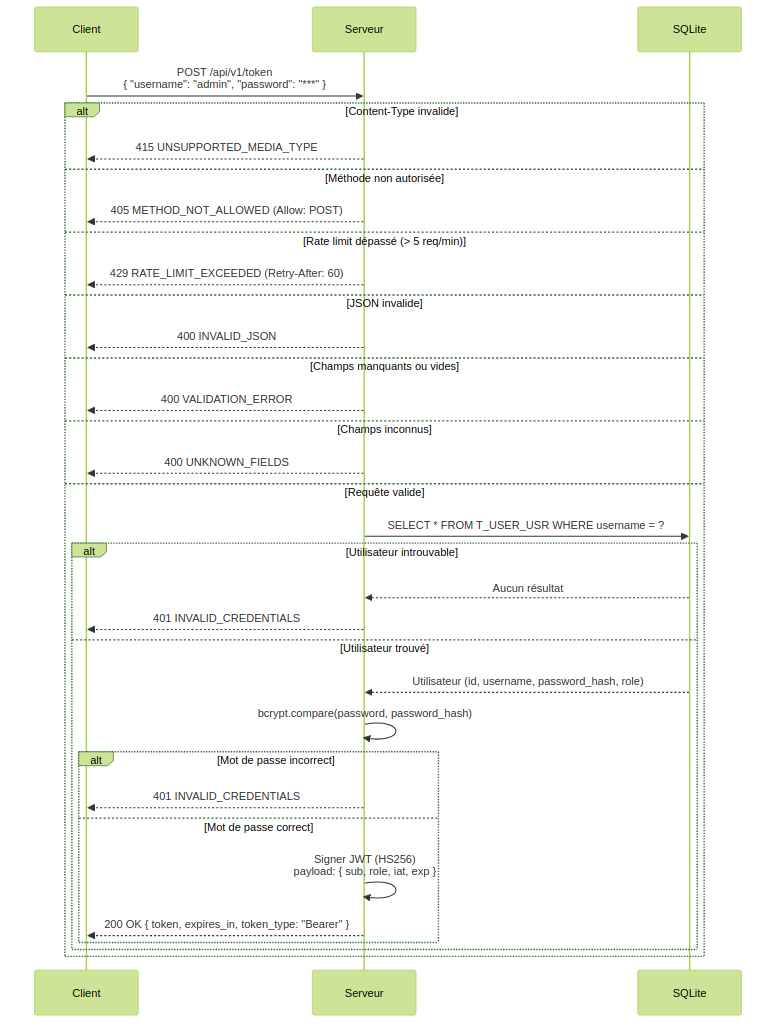
The Mermaid diagram docs/specs/diagrams/US-003-authentication-token-sequence.png in ODehel/quiz-live-server, before a commit. Its source is kept beside it as docs/specs/diagrams/US-003-authentication-token-sequence.mmd. Its diagram source:
```mermaid
%%{init: {"theme": "forest"}}%%
sequenceDiagram
    participant C as Client
    participant S as Serveur
    participant DB as SQLite

    C->>S: POST /api/v1/token<br/>{ "username": "admin", "password": "***" }

    alt Content-Type invalide
        S-->>C: 415 FST_ERR_CTP_INVALID_MEDIA_TYPE
    else Méthode non autorisée
        S-->>C: 405 METHOD_NOT_ALLOWED (Allow: POST)
    else Rate limit dépassé (> 5 req/min)
        S-->>C: 429 RATE_LIMIT_EXCEEDED (Retry-After: 60)
    else JSON invalide
        S-->>C: 400 INVALID_JSON
    else Champs manquants ou vides
        S-->>C: 400 VALIDATION_ERROR
    else Champs inconnus
        S-->>C: 400 UNKNOWN_FIELDS
    else Requête valide
        S->>DB: SELECT * FROM T_USER_USR WHERE username = ?
        alt Utilisateur introuvable
            DB-->>S: Aucun résultat
            S-->>C: 401 INVALID_CREDENTIALS
        else Utilisateur trouvé
            DB-->>S: Utilisateur (id, username, password_hash, role)
            S->>S: bcrypt.compare(password, password_hash)
            alt Mot de passe incorrect
                S-->>C: 401 INVALID_CREDENTIALS
            else Mot de passe correct
                S->>S: Signer JWT (HS256)<br/>payload: { sub, role, iat, exp }
                S-->>C: 200 OK { token, expires_in, token_type: "Bearer" }
            end
        end
    end
```
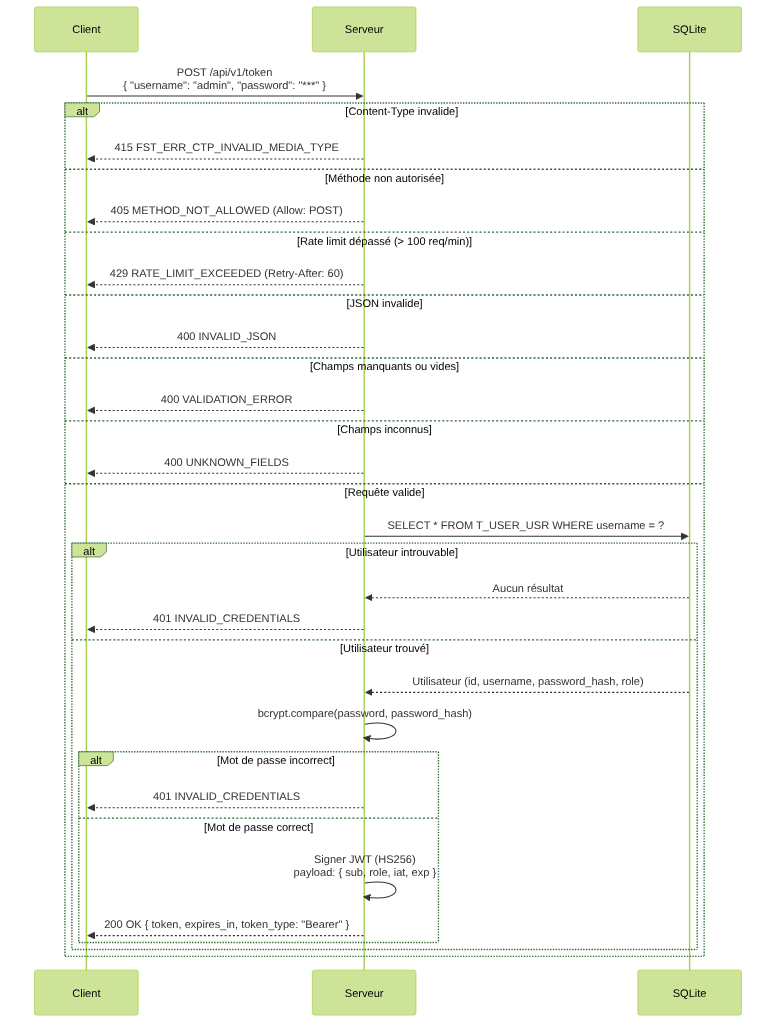
The same file after the commit.

Commit message:
docs(specs): correct the rate limit in the US-003 diagrams (#202)

The edit, as a diff of the source:
```diff
@@ -10,7 +10,7 @@
         S-->>C: 415 FST_ERR_CTP_INVALID_MEDIA_TYPE
     else Méthode non autorisée
         S-->>C: 405 METHOD_NOT_ALLOWED (Allow: POST)
-    else Rate limit dépassé (> 5 req/min)
+    else Rate limit dépassé (> 100 req/min)
         S-->>C: 429 RATE_LIMIT_EXCEEDED (Retry-After: 60)
     else JSON invalide
         S-->>C: 400 INVALID_JSON
```
